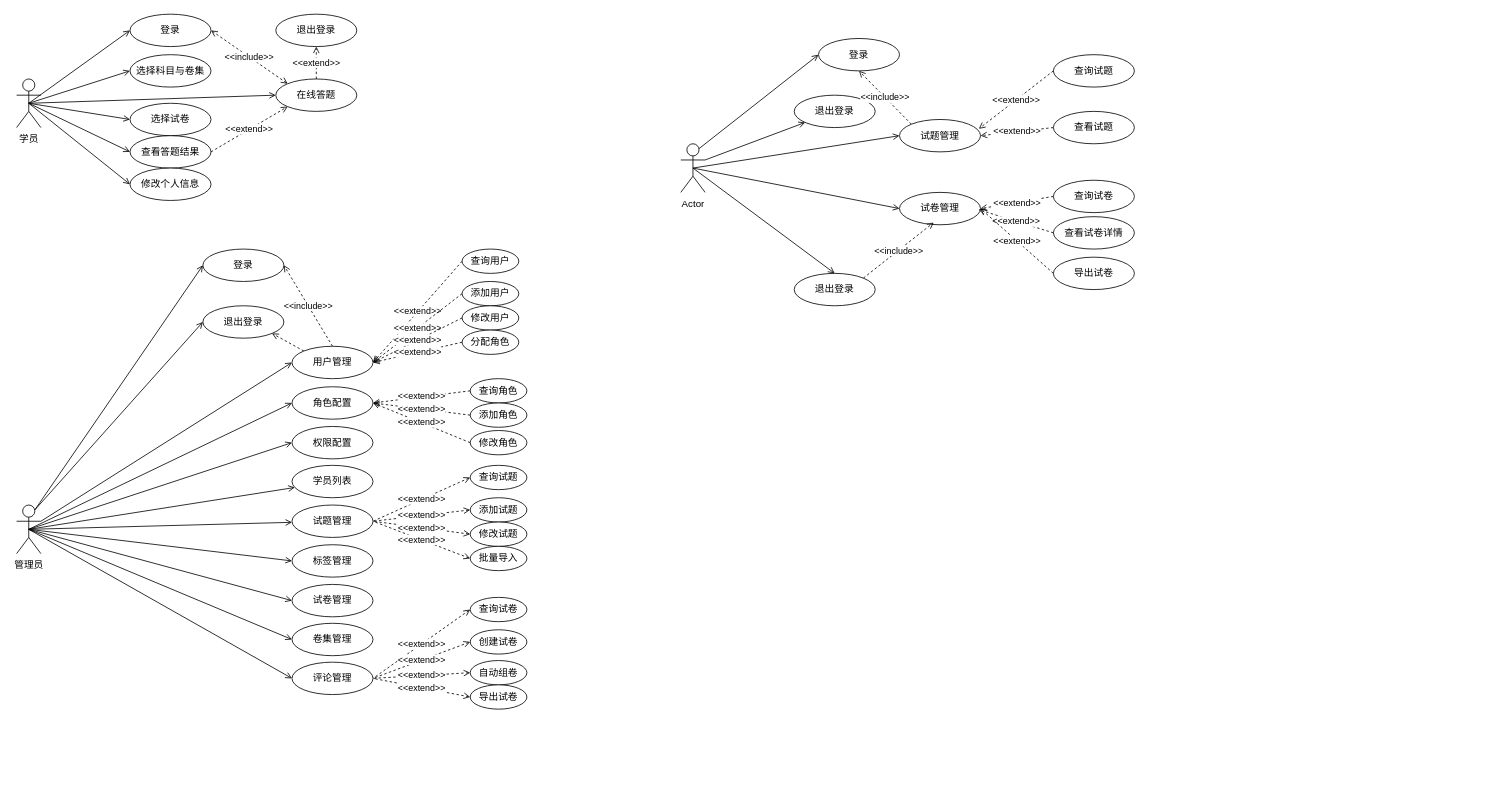
The draw.io diagram page "功能需求用例图" (17 of 17) of 题库E-R.drawio in ChenLiheng/question-project, before the edit. Source tidied: cells renumbered, new cells numbered last; positions are measured from the earlier drawing's top-left corner, leaving out a move shared by most shapes. Both pictures are drawn from the tidied source at 81%, with x=0, y=0 at pixel (16, 14).
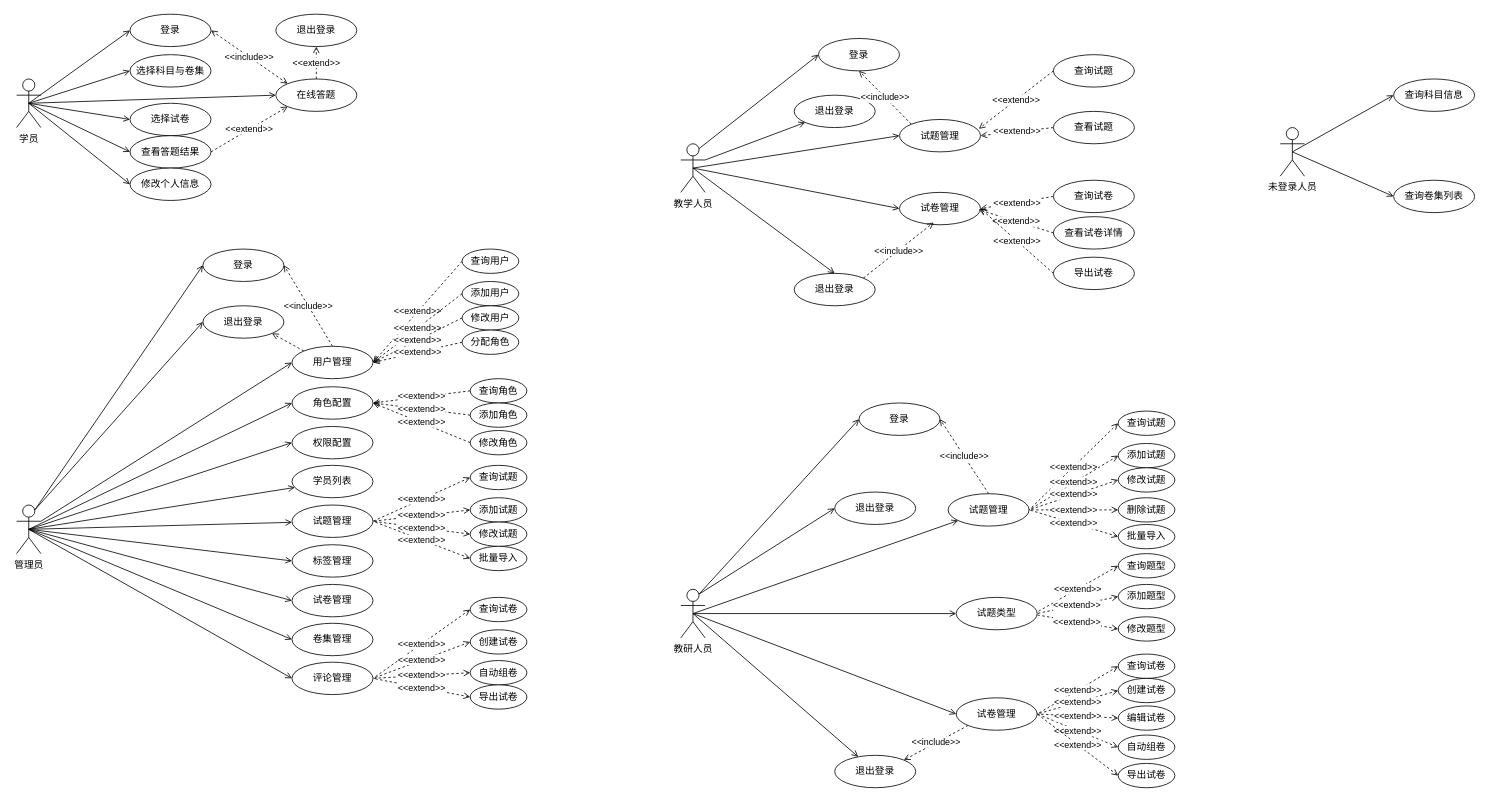
The same page after the edit.

Diff of the diagram source:
```diff
@@
-    <mxCell id="80" value="Actor" style="shape=umlActor;verticalLabelPosition=bottom;verticalAlign=top;html=1;" parent="1" vertex="1">
+    <mxCell id="80" value="教学人员" style="shape=umlActor;verticalLabelPosition=bottom;verticalAlign=top;html=1;" parent="1" vertex="1">
       <mxGeometry x="820" y="160" width="30" height="60" as="geometry" />
     </mxCell>
@@
+    <mxCell id="98" style="rounded=0;jettySize=auto;html=1;exitX=0.5;exitY=0.5;exitDx=0;exitDy=0;exitPerimeter=0;endArrow=open;endFill=0;" parent="1" edge="1" source="104" target="108">
+      <mxGeometry relative="1" as="geometry" />
+    </mxCell>
+    <mxCell id="99" style="rounded=0;jettySize=auto;html=1;exitX=0.5;exitY=0.5;exitDx=0;exitDy=0;exitPerimeter=0;entryX=0;entryY=0.5;entryDx=0;entryDy=0;endArrow=open;endFill=0;" parent="1" edge="1" source="104" target="109">
+      <mxGeometry relative="1" as="geometry" />
+    </mxCell>
+    <mxCell id="100" style="rounded=0;jettySize=auto;html=1;exitX=0.5;exitY=0.5;exitDx=0;exitDy=0;exitPerimeter=0;entryX=0;entryY=0.5;entryDx=0;entryDy=0;endArrow=open;endFill=0;" parent="1" edge="1" source="104" target="111">
+      <mxGeometry relative="1" as="geometry" />
+    </mxCell>
+    <mxCell id="101" style="rounded=0;jettySize=auto;html=1;exitX=0.75;exitY=0.1;exitDx=0;exitDy=0;exitPerimeter=0;entryX=0;entryY=0.5;entryDx=0;entryDy=0;endArrow=open;endFill=0;" parent="1" edge="1" source="104" target="106">
+      <mxGeometry relative="1" as="geometry" />
+    </mxCell>
+    <mxCell id="102" style="rounded=0;jettySize=auto;html=1;exitX=0.75;exitY=0.1;exitDx=0;exitDy=0;exitPerimeter=0;entryX=0;entryY=0.5;entryDx=0;entryDy=0;endArrow=open;endFill=0;" parent="1" edge="1" source="104" target="105">
+      <mxGeometry relative="1" as="geometry" />
+    </mxCell>
+    <mxCell id="103" style="rounded=0;jettySize=auto;html=1;exitX=0.5;exitY=0.5;exitDx=0;exitDy=0;exitPerimeter=0;endArrow=open;endFill=0;" parent="1" edge="1" source="104" target="128">
+      <mxGeometry relative="1" as="geometry" />
+    </mxCell>
+    <mxCell id="104" value="教研人员" style="shape=umlActor;verticalLabelPosition=bottom;verticalAlign=top;html=1;" parent="1" vertex="1">
+      <mxGeometry x="820" y="710" width="30" height="60" as="geometry" />
+    </mxCell>
+    <mxCell id="105" value="登录" style="ellipse;whiteSpace=wrap;html=1;" parent="1" vertex="1">
+      <mxGeometry x="1040" y="480" width="100" height="40" as="geometry" />
+    </mxCell>
+    <mxCell id="106" value="退出登录" style="ellipse;whiteSpace=wrap;html=1;" parent="1" vertex="1">
+      <mxGeometry x="1010" y="590" width="100" height="40" as="geometry" />
+    </mxCell>
+    <mxCell id="107" value="&amp;lt;&amp;lt;include&amp;gt;&amp;gt;" style="rounded=0;jettySize=auto;html=1;exitX=0.5;exitY=0;exitDx=0;exitDy=0;entryX=1;entryY=0.5;entryDx=0;entryDy=0;endArrow=open;endFill=0;dashed=1;" parent="1" edge="1" source="108" target="105">
+      <mxGeometry relative="1" as="geometry" />
+    </mxCell>
+    <mxCell id="108" value="试题管理" style="ellipse;whiteSpace=wrap;html=1;" parent="1" vertex="1">
+      <mxGeometry x="1150" y="592" width="100" height="40" as="geometry" />
+    </mxCell>
+    <mxCell id="109" value="试题类型" style="ellipse;whiteSpace=wrap;html=1;" parent="1" vertex="1">
+      <mxGeometry x="1160" y="720" width="100" height="40" as="geometry" />
+    </mxCell>
+    <mxCell id="110" value="&amp;lt;&amp;lt;include&amp;gt;&amp;gt;" style="rounded=0;jettySize=auto;html=1;exitX=0;exitY=1;exitDx=0;exitDy=0;entryX=1;entryY=0;entryDx=0;entryDy=0;endArrow=open;endFill=0;dashed=1;" parent="1" edge="1" source="111" target="128">
+      <mxGeometry relative="1" as="geometry" />
+    </mxCell>
+    <mxCell id="111" value="试卷管理" style="ellipse;whiteSpace=wrap;html=1;" parent="1" vertex="1">
+      <mxGeometry x="1160" y="844" width="100" height="40" as="geometry" />
+    </mxCell>
+    <mxCell id="112" value="&amp;lt;&amp;lt;extend&amp;gt;&amp;gt;" style="rounded=0;jettySize=auto;html=1;exitX=0;exitY=0.5;exitDx=0;exitDy=0;entryX=1;entryY=0.5;entryDx=0;entryDy=0;endArrow=none;endFill=0;dashed=1;startArrow=open;startFill=0;" parent="1" edge="1" source="113" target="108">
+      <mxGeometry relative="1" as="geometry" />
+    </mxCell>
+    <mxCell id="113" value="查询试题" style="ellipse;whiteSpace=wrap;html=1;" parent="1" vertex="1">
+      <mxGeometry x="1360" y="490" width="70" height="30" as="geometry" />
+    </mxCell>
+    <mxCell id="114" value="&amp;lt;&amp;lt;extend&amp;gt;&amp;gt;" style="rounded=0;jettySize=auto;html=1;exitX=0;exitY=0.5;exitDx=0;exitDy=0;entryX=1;entryY=0.5;entryDx=0;entryDy=0;endArrow=none;endFill=0;dashed=1;startArrow=open;startFill=0;" parent="1" edge="1" source="115" target="108">
+      <mxGeometry relative="1" as="geometry" />
+    </mxCell>
+    <mxCell id="115" value="添加试题" style="ellipse;whiteSpace=wrap;html=1;" parent="1" vertex="1">
+      <mxGeometry x="1360" y="530" width="70" height="30" as="geometry" />
+    </mxCell>
+    <mxCell id="116" value="&amp;lt;&amp;lt;extend&amp;gt;&amp;gt;" style="rounded=0;jettySize=auto;html=1;exitX=0;exitY=0.5;exitDx=0;exitDy=0;entryX=1;entryY=0.5;entryDx=0;entryDy=0;endArrow=none;endFill=0;dashed=1;startArrow=open;startFill=0;" parent="1" edge="1" source="117" target="108">
+      <mxGeometry relative="1" as="geometry" />
+    </mxCell>
+    <mxCell id="117" value="修改试题" style="ellipse;whiteSpace=wrap;html=1;" parent="1" vertex="1">
+      <mxGeometry x="1360" y="560" width="70" height="30" as="geometry" />
+    </mxCell>
+    <mxCell id="118" value="&amp;lt;&amp;lt;extend&amp;gt;&amp;gt;" style="rounded=0;jettySize=auto;html=1;exitX=0;exitY=0.5;exitDx=0;exitDy=0;endArrow=none;endFill=0;dashed=1;startArrow=open;startFill=0;entryX=1;entryY=0.5;entryDx=0;entryDy=0;" parent="1" edge="1" source="119" target="108">
+      <mxGeometry relative="1" as="geometry" />
+    </mxCell>
+    <mxCell id="119" value="批量导入" style="ellipse;whiteSpace=wrap;html=1;" parent="1" vertex="1">
+      <mxGeometry x="1360" y="630" width="70" height="30" as="geometry" />
+    </mxCell>
+    <mxCell id="120" value="&amp;lt;&amp;lt;extend&amp;gt;&amp;gt;" style="rounded=0;jettySize=auto;html=1;exitX=0;exitY=0.5;exitDx=0;exitDy=0;entryX=1;entryY=0.5;entryDx=0;entryDy=0;endArrow=none;endFill=0;dashed=1;startArrow=open;startFill=0;" parent="1" edge="1" source="121" target="111">
+      <mxGeometry relative="1" as="geometry" />
+    </mxCell>
+    <mxCell id="121" value="查询试卷" style="ellipse;whiteSpace=wrap;html=1;" parent="1" vertex="1">
+      <mxGeometry x="1360" y="790" width="70" height="30" as="geometry" />
+    </mxCell>
+    <mxCell id="122" value="&amp;lt;&amp;lt;extend&amp;gt;&amp;gt;" style="rounded=0;jettySize=auto;html=1;exitX=0;exitY=0.5;exitDx=0;exitDy=0;endArrow=none;endFill=0;dashed=1;startArrow=open;startFill=0;entryX=1;entryY=0.5;entryDx=0;entryDy=0;" parent="1" edge="1" source="123" target="111">
+      <mxGeometry relative="1" as="geometry" />
+    </mxCell>
+    <mxCell id="123" value="创建试卷" style="ellipse;whiteSpace=wrap;html=1;" parent="1" vertex="1">
+      <mxGeometry x="1360" y="820" width="70" height="30" as="geometry" />
+    </mxCell>
+    <mxCell id="124" value="&amp;lt;&amp;lt;extend&amp;gt;&amp;gt;" style="rounded=0;jettySize=auto;html=1;exitX=0;exitY=0.5;exitDx=0;exitDy=0;entryX=1;entryY=0.5;entryDx=0;entryDy=0;endArrow=none;endFill=0;dashed=1;startArrow=open;startFill=0;" parent="1" edge="1" source="125" target="111">
+      <mxGeometry relative="1" as="geometry" />
+    </mxCell>
+    <mxCell id="125" value="自动组卷" style="ellipse;whiteSpace=wrap;html=1;" parent="1" vertex="1">
+      <mxGeometry x="1360" y="890" width="70" height="30" as="geometry" />
+    </mxCell>
+    <mxCell id="126" value="&amp;lt;&amp;lt;extend&amp;gt;&amp;gt;" style="rounded=0;jettySize=auto;html=1;exitX=0;exitY=0.5;exitDx=0;exitDy=0;endArrow=none;endFill=0;dashed=1;startArrow=open;startFill=0;entryX=1;entryY=0.5;entryDx=0;entryDy=0;" parent="1" edge="1" source="127" target="111">
+      <mxGeometry relative="1" as="geometry" />
+    </mxCell>
+    <mxCell id="127" value="导出试卷" style="ellipse;whiteSpace=wrap;html=1;" parent="1" vertex="1">
+      <mxGeometry x="1360" y="925" width="70" height="30" as="geometry" />
+    </mxCell>
+    <mxCell id="128" value="退出登录" style="ellipse;whiteSpace=wrap;html=1;" parent="1" vertex="1">
+      <mxGeometry x="1010" y="915" width="100" height="40" as="geometry" />
+    </mxCell>
+    <mxCell id="129" value="&amp;lt;&amp;lt;extend&amp;gt;&amp;gt;" style="rounded=0;jettySize=auto;html=1;exitX=0;exitY=0.5;exitDx=0;exitDy=0;entryX=0.998;entryY=0.455;entryDx=0;entryDy=0;endArrow=none;endFill=0;dashed=1;startArrow=open;startFill=0;entryPerimeter=0;" parent="1" edge="1" source="130" target="109">
+      <mxGeometry relative="1" as="geometry" />
+    </mxCell>
+    <mxCell id="130" value="查询题型" style="ellipse;whiteSpace=wrap;html=1;" parent="1" vertex="1">
+      <mxGeometry x="1360" y="666" width="70" height="30" as="geometry" />
+    </mxCell>
+    <mxCell id="131" value="&amp;lt;&amp;lt;extend&amp;gt;&amp;gt;" style="rounded=0;jettySize=auto;html=1;exitX=0;exitY=0.5;exitDx=0;exitDy=0;entryX=0.987;entryY=0.504;entryDx=0;entryDy=0;endArrow=none;endFill=0;dashed=1;startArrow=open;startFill=0;entryPerimeter=0;" parent="1" edge="1" source="132" target="109">
+      <mxGeometry relative="1" as="geometry" />
+    </mxCell>
+    <mxCell id="132" value="添加题型" style="ellipse;whiteSpace=wrap;html=1;" parent="1" vertex="1">
+      <mxGeometry x="1360" y="704" width="70" height="30" as="geometry" />
+    </mxCell>
+    <mxCell id="133" value="&amp;lt;&amp;lt;extend&amp;gt;&amp;gt;" style="rounded=0;jettySize=auto;html=1;exitX=0;exitY=0.5;exitDx=0;exitDy=0;entryX=0.985;entryY=0.536;entryDx=0;entryDy=0;endArrow=none;endFill=0;dashed=1;startArrow=open;startFill=0;entryPerimeter=0;" parent="1" edge="1" source="134" target="109">
+      <mxGeometry relative="1" as="geometry" />
+    </mxCell>
+    <mxCell id="134" value="修改题型" style="ellipse;whiteSpace=wrap;html=1;" parent="1" vertex="1">
+      <mxGeometry x="1360" y="744" width="70" height="30" as="geometry" />
+    </mxCell>
+    <mxCell id="135" value="&amp;lt;&amp;lt;extend&amp;gt;&amp;gt;" style="rounded=0;jettySize=auto;html=1;exitX=0;exitY=0.5;exitDx=0;exitDy=0;entryX=1;entryY=0.5;entryDx=0;entryDy=0;endArrow=none;endFill=0;dashed=1;startArrow=open;startFill=0;" parent="1" edge="1" source="136" target="108">
+      <mxGeometry relative="1" as="geometry" />
+    </mxCell>
+    <mxCell id="136" value="删除试题" style="ellipse;whiteSpace=wrap;html=1;" parent="1" vertex="1">
+      <mxGeometry x="1360" y="597" width="70" height="30" as="geometry" />
+    </mxCell>
+    <mxCell id="137" value="&amp;lt;&amp;lt;extend&amp;gt;&amp;gt;" style="rounded=0;jettySize=auto;html=1;exitX=0;exitY=0.5;exitDx=0;exitDy=0;entryX=1;entryY=0.5;entryDx=0;entryDy=0;endArrow=none;endFill=0;dashed=1;startArrow=open;startFill=0;" parent="1" edge="1" source="138" target="111">
+      <mxGeometry relative="1" as="geometry" />
+    </mxCell>
+    <mxCell id="138" value="编辑试卷" style="ellipse;whiteSpace=wrap;html=1;" parent="1" vertex="1">
+      <mxGeometry x="1360" y="854" width="70" height="30" as="geometry" />
+    </mxCell>
+    <mxCell id="139" style="rounded=0;jettySize=auto;html=1;entryX=0;entryY=0.5;entryDx=0;entryDy=0;endArrow=open;endFill=0;" parent="1" edge="1" target="142">
+      <mxGeometry relative="1" as="geometry">
+        <mxPoint x="1575" y="170" as="sourcePoint" />
+      </mxGeometry>
+    </mxCell>
+    <mxCell id="140" style="rounded=0;jettySize=auto;html=1;exitX=0.5;exitY=0.5;exitDx=0;exitDy=0;exitPerimeter=0;entryX=0;entryY=0.5;entryDx=0;entryDy=0;endArrow=open;endFill=0;" parent="1" edge="1" source="141" target="143">
+      <mxGeometry relative="1" as="geometry" />
+    </mxCell>
+    <mxCell id="141" value="未登录人员" style="shape=umlActor;verticalLabelPosition=bottom;verticalAlign=top;html=1;" parent="1" vertex="1">
+      <mxGeometry x="1560" y="140" width="30" height="60" as="geometry" />
+    </mxCell>
+    <mxCell id="142" value="查询科目信息" style="ellipse;whiteSpace=wrap;html=1;" parent="1" vertex="1">
+      <mxGeometry x="1700" y="80" width="100" height="40" as="geometry" />
+    </mxCell>
+    <mxCell id="143" value="查询卷集列表" style="ellipse;whiteSpace=wrap;html=1;" parent="1" vertex="1">
+      <mxGeometry x="1700" y="205" width="100" height="40" as="geometry" />
+    </mxCell>
```
